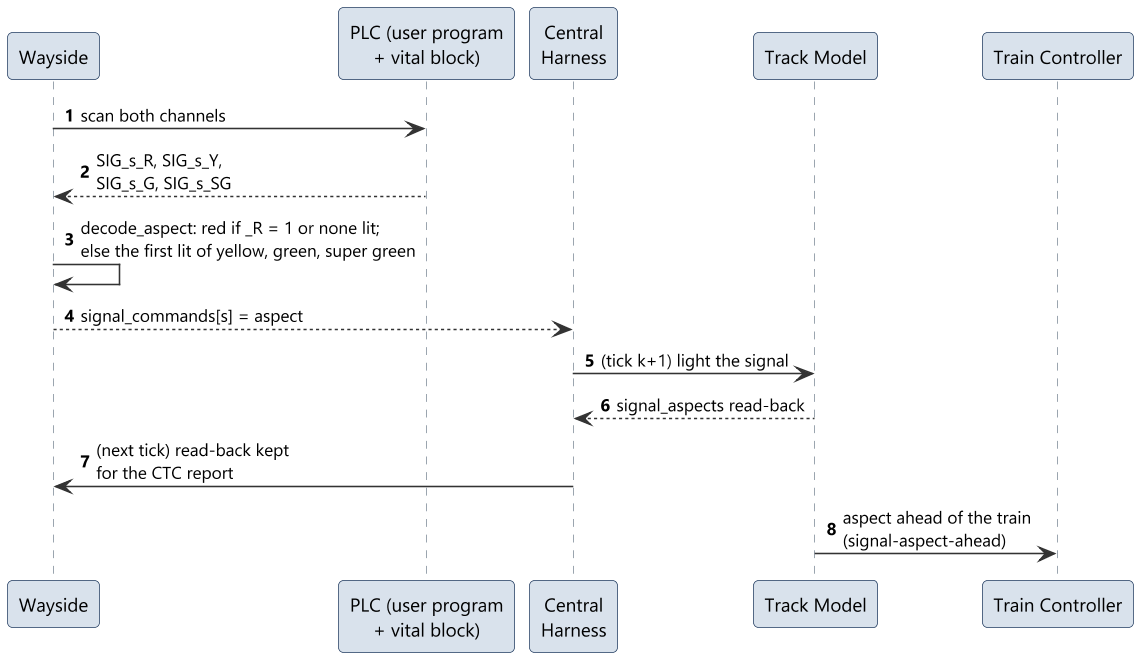
The PlantUML diagram documents/uml/track_ctrl_hw/sd12_signal_aspects.png in Landiss04/Track-Overflow, before a commit.
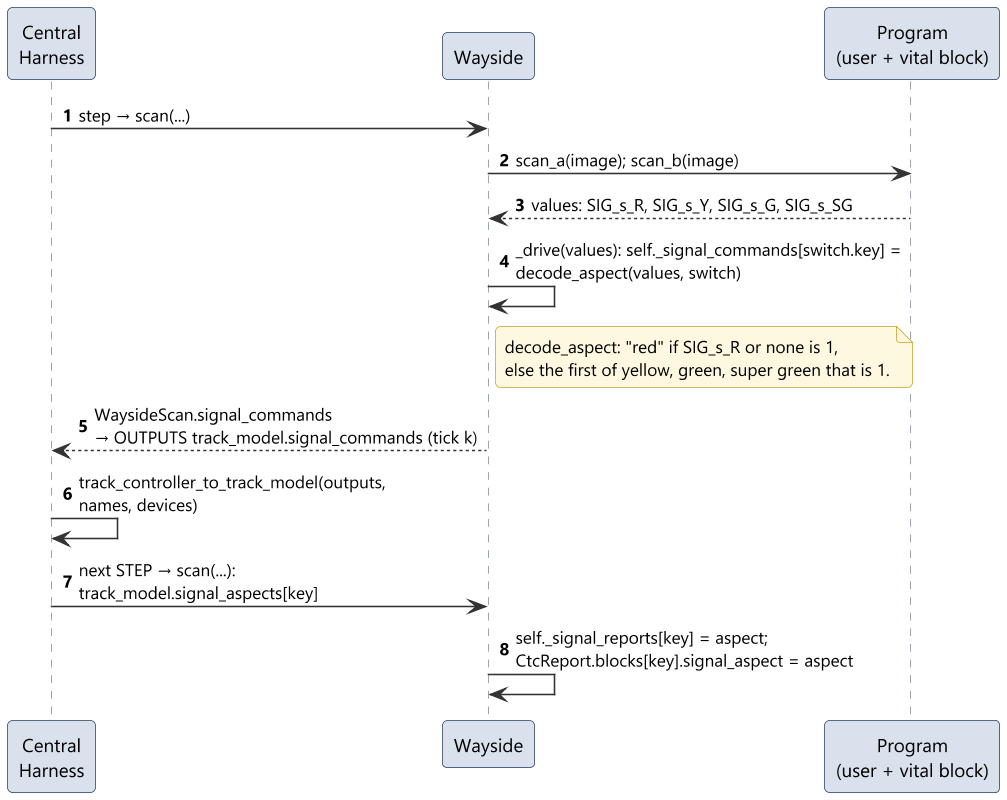
The same diagram one commit later.

Change to the diagram source:
```diff
@@ -2,18 +2,20 @@
 !include ../style.iuml
 autonumber
 
+participant "Central\nHarness" as H
 participant "Wayside" as W
-participant "PLC (user program\n+ vital block)" as PLC
-participant "Central\nHarness" as H
-participant "Track Model" as TM
-participant "Train Controller" as TC
+participant "Program\n(user + vital block)" as PLC
 
-W -> PLC : scan both channels
-PLC --> W : SIG_s_R, SIG_s_Y,\nSIG_s_G, SIG_s_SG
-W -> W : decode_aspect: red if _R = 1 or none lit;\nelse the first lit of yellow, green, super green
-W --> H : signal_commands[s] = aspect
-H -> TM : (tick k+1) light the signal
-TM --> H : signal_aspects read-back
-H -> W : (next tick) read-back kept\nfor the CTC report
-TM -> TC : aspect ahead of the train\n(signal-aspect-ahead)
+H -> W : step → scan(...)
+W -> PLC : scan_a(image); scan_b(image)
+PLC --> W : values: SIG_s_R, SIG_s_Y, SIG_s_G, SIG_s_SG
+W -> W : _drive(values): self._signal_commands[switch.key] =\ndecode_aspect(values, switch)
+note right of W
+  decode_aspect: "red" if SIG_s_R or none is 1,
+  else the first of yellow, green, super green that is 1.
+end note
+W --> H : WaysideScan.signal_commands\n→ OUTPUTS track_model.signal_commands (tick k)
+H -> H : track_controller_to_track_model(outputs,\nnames, devices)
+H -> W : next STEP → scan(...):\ntrack_model.signal_aspects[key]
+W -> W : self._signal_reports[key] = aspect;\nCtcReport.blocks[key].signal_aspect = aspect
 @enduml
```
